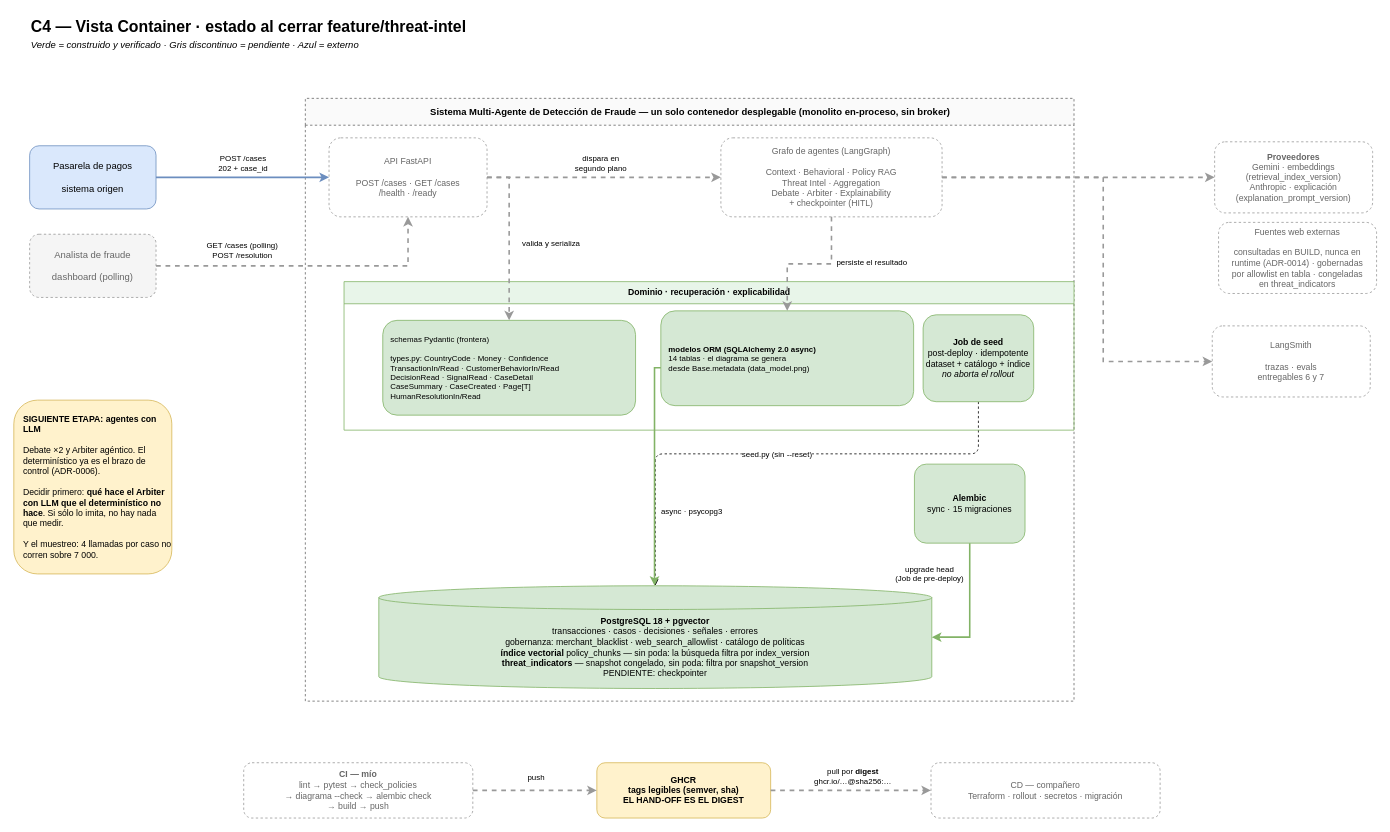
Nicolas-Torres/multiagent-fraud-detection keeps this draw.io diagram as docs/diagrams/c4-container.drawio. Above is the earlier version. Source tidied: cells renumbered, new cells numbered last; positions are measured from the earlier drawing's top-left corner, leaving out a move shared by most shapes. Both pictures are drawn from the tidied source at 79%, with x=0, y=0 at pixel (13, 13).
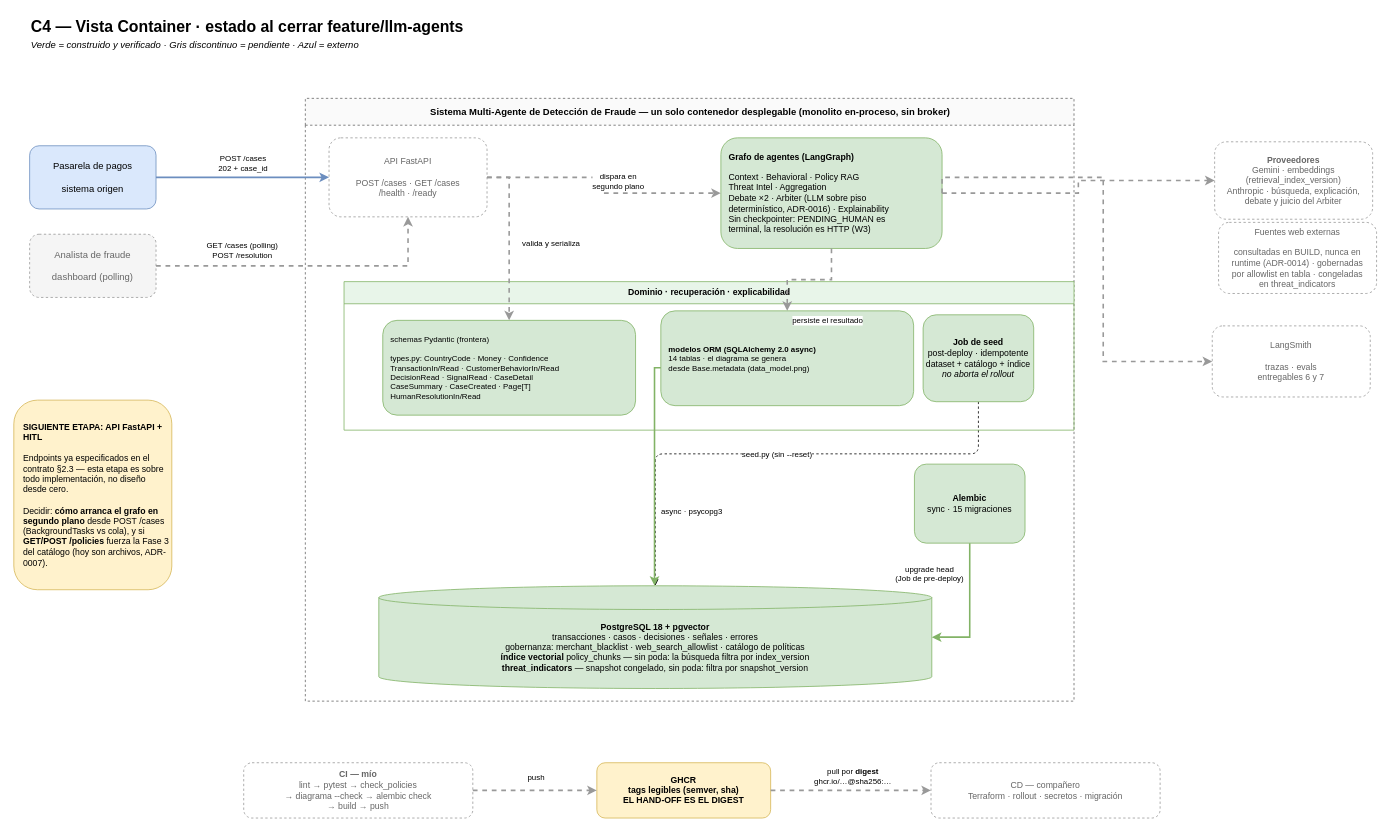
After the change.

Commit message:
docs(diagrams): update the C4 container view for the llm-agents stage

Unchanged cells that the change refers to:
```xml
<mxCell id="6" value="Sistema Multi-Agente de Detección de Fraude — un solo contenedor desplegable (monolito en-proceso, sin broker)" style="swimlane;startSize=34;html=1;fontSize=12;fontStyle=1;fillColor=#fafafa;strokeColor=#666666;dashed=1;" parent="1" vertex="1">
  <mxGeometry x="369" y="107" width="973" height="763" as="geometry" />
</mxCell>
```

Change to the diagram source:
```diff
@@
-    <mxCell id="2" value="C4 — Vista Container · estado al cerrar &lt;b&gt;feature/threat-intel&lt;/b&gt;" style="text;html=1;fontSize=20;fontStyle=1;align=left;verticalAlign=middle;" parent="1" vertex="1">
+    <mxCell id="2" value="C4 — Vista Container · estado al cerrar &lt;b&gt;feature/llm-agents&lt;/b&gt;" style="text;html=1;fontSize=20;fontStyle=1;align=left;verticalAlign=middle;" parent="1" vertex="1">
       <mxGeometry x="20" width="900" height="30" as="geometry" />
     </mxCell>
@@
-    <mxCell id="8" value="Grafo de agentes (LangGraph)&#10;&#10;Context · Behavioral · Policy RAG&#10;Threat Intel · Aggregation&#10;Debate · Arbiter · Explainability&#10;+ checkpointer (HITL)" style="rounded=1;whiteSpace=wrap;html=1;fontSize=11;fillColor=none;strokeColor=#999999;dashed=1;fontColor=#666666;" parent="6" vertex="1">
-      <mxGeometry x="526" y="50" width="280" height="100" as="geometry" />
+    <mxCell id="8" value="&lt;b&gt;Grafo de agentes (LangGraph)&lt;/b&gt;&#10;&#10;Context · Behavioral · Policy RAG&#10;Threat Intel · Aggregation&#10;Debate ×2 · Arbiter (LLM sobre piso&#10;determinístico, ADR-0016) · Explainability&#10;Sin checkpointer: PENDING_HUMAN es&#10;terminal, la resolución es HTTP (W3)" style="rounded=1;whiteSpace=wrap;html=1;fontSize=11;fillColor=#d5e8d4;strokeColor=#82b366;align=left;spacingLeft=8;" parent="6" vertex="1">
+      <mxGeometry x="526" y="50" width="280" height="140" as="geometry" />
     </mxCell>
@@
-    <mxCell id="15" value="&lt;b&gt;PostgreSQL 18 + pgvector&lt;/b&gt;&lt;br&gt;transacciones · casos · decisiones · señales · errores&lt;br&gt;gobernanza: merchant_blacklist · web_search_allowlist · catálogo de políticas&lt;br&gt;&lt;b&gt;índice vectorial&lt;/b&gt; policy_chunks — sin poda: la búsqueda filtra por index_version&lt;br&gt;&lt;b&gt;threat_indicators&lt;/b&gt; — snapshot congelado, sin poda: filtra por snapshot_version&lt;br&gt;PENDIENTE: checkpointer" style="shape=cylinder3;boundedLbl=1;whiteSpace=wrap;html=1;fontSize=11;fillColor=#d5e8d4;strokeColor=#82b366;verticalAlign=middle;" parent="6" vertex="1">
+    <mxCell id="15" value="&lt;b&gt;PostgreSQL 18 + pgvector&lt;/b&gt;&lt;br&gt;transacciones · casos · decisiones · señales · errores&lt;br&gt;gobernanza: merchant_blacklist · web_search_allowlist · catálogo de políticas&lt;br&gt;&lt;b&gt;índice vectorial&lt;/b&gt; policy_chunks — sin poda: la búsqueda filtra por index_version&lt;br&gt;&lt;b&gt;threat_indicators&lt;/b&gt; — snapshot congelado, sin poda: filtra por snapshot_version" style="shape=cylinder3;boundedLbl=1;whiteSpace=wrap;html=1;fontSize=11;fillColor=#d5e8d4;strokeColor=#82b366;verticalAlign=middle;" parent="6" vertex="1">
       <mxGeometry x="93" y="617" width="700" height="130" as="geometry" />
     </mxCell>
-    <mxCell id="16" value="&lt;b&gt;Proveedores&lt;/b&gt;&lt;br&gt;Gemini · embeddings&lt;br&gt;(retrieval_index_version)&lt;br&gt;Anthropic · explicación&lt;br&gt;(explanation_prompt_version)" style="rounded=1;whiteSpace=wrap;html=1;fontSize=11;fillColor=none;strokeColor=#999999;dashed=1;fontColor=#666666;" parent="1" vertex="1">
-      <mxGeometry x="1520" y="162" width="200" height="90" as="geometry" />
+    <mxCell id="16" value="&lt;b&gt;Proveedores&lt;/b&gt;&lt;br&gt;Gemini · embeddings&lt;br&gt;(retrieval_index_version)&lt;br&gt;Anthropic · búsqueda, explicación,&lt;br&gt;debate y juicio del Arbiter" style="rounded=1;whiteSpace=wrap;html=1;fontSize=11;fillColor=none;strokeColor=#999999;dashed=1;fontColor=#666666;" parent="1" vertex="1">
+      <mxGeometry x="1520" y="162" width="200" height="98" as="geometry" />
     </mxCell>
@@
-    <mxCell id="33" value="&lt;b&gt;SIGUIENTE ETAPA: agentes con LLM&lt;/b&gt;&lt;br&gt;&lt;br&gt;Debate ×2 y Arbiter agéntico. El determinístico ya es el brazo de control (ADR-0006).&lt;br&gt;&lt;br&gt;Decidir primero: &lt;b&gt;qué hace el Arbiter con LLM que el determinístico no hace&lt;/b&gt;. Si sólo lo imita, no hay nada que medir.&lt;br&gt;&lt;br&gt;Y el muestreo: 4 llamadas por caso no corren sobre 7 000." style="rounded=1;whiteSpace=wrap;html=1;fontSize=11;align=left;spacingLeft=10;fillColor=#fff2cc;strokeColor=#d6b656;verticalAlign=middle;" parent="1" vertex="1">
-      <mxGeometry y="489" width="200" height="220" as="geometry" />
+    <mxCell id="33" value="&lt;b&gt;SIGUIENTE ETAPA: API FastAPI + HITL&lt;/b&gt;&lt;br&gt;&lt;br&gt;Endpoints ya especificados en el contrato §2.3 — esta etapa es sobre todo implementación, no diseño desde cero.&lt;br&gt;&lt;br&gt;Decidir: &lt;b&gt;cómo arranca el grafo en segundo plano&lt;/b&gt; desde POST /cases (BackgroundTasks vs cola), y si &lt;b&gt;GET/POST /policies&lt;/b&gt; fuerza la Fase 3 del catálogo (hoy son archivos, ADR-0007)." style="rounded=1;whiteSpace=wrap;html=1;fontSize=11;align=left;spacingLeft=10;fillColor=#fff2cc;strokeColor=#d6b656;verticalAlign=middle;" parent="1" vertex="1">
+      <mxGeometry y="489" width="200" height="240" as="geometry" />
     </mxCell>
```
